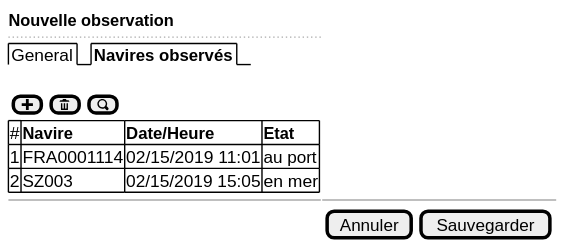
Earlier version of the PlantUML export use-case/collect/landing/observed-location-ui-vessels.svg (sumaris-net/sumaris-doc). Its source is kept beside it as use-case/collect/landing/observed-location-ui-vessels.puml.
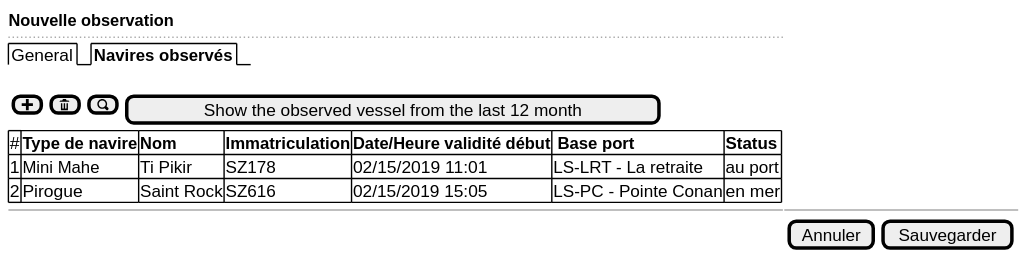
The same diagram one commit later.

What changed in the source:
```diff
@@ -4,16 +4,16 @@
   ..
   {/ General | <b>Navires observés }
   .
-  {[<&plus>]  | [<&trash>] | [<&magnifying-glass>]}
+  {[<&plus>]  | [<&trash>] | [<&magnifying-glass>] | [Show the observed vessel from the last 12 month]}
 
   {#
-  # | <b>Navire         | <b>Date/Heure        | <b>Etat
-  1 | FRA0001114     | 02/15/2019 11:01  | au port
-  2 | SZ003          | 02/15/2019 15:05  | en mer
+  # | <b>Type de navire  | <b>Nom     | <b>Immatriculation | <b>Date/Heure validité début     | <b> Base port          | <b>Status
+  1 | Mini Mahe          | Ti Pikir   | SZ178              | 02/15/2019 11:01                 |  LS-LRT - La retraite  | au port
+  2 | Pirogue            | Saint Rock | SZ616              | 02/15/2019 15:05                 |  LS-PC - Pointe Conan  | en mer
   }
 
   -- | --
 
-  .                          | {[Annuler] | [Sauvegarder]}
+  . | {[Annuler] | [Sauvegarder]}
 }
 @endsalt
```
